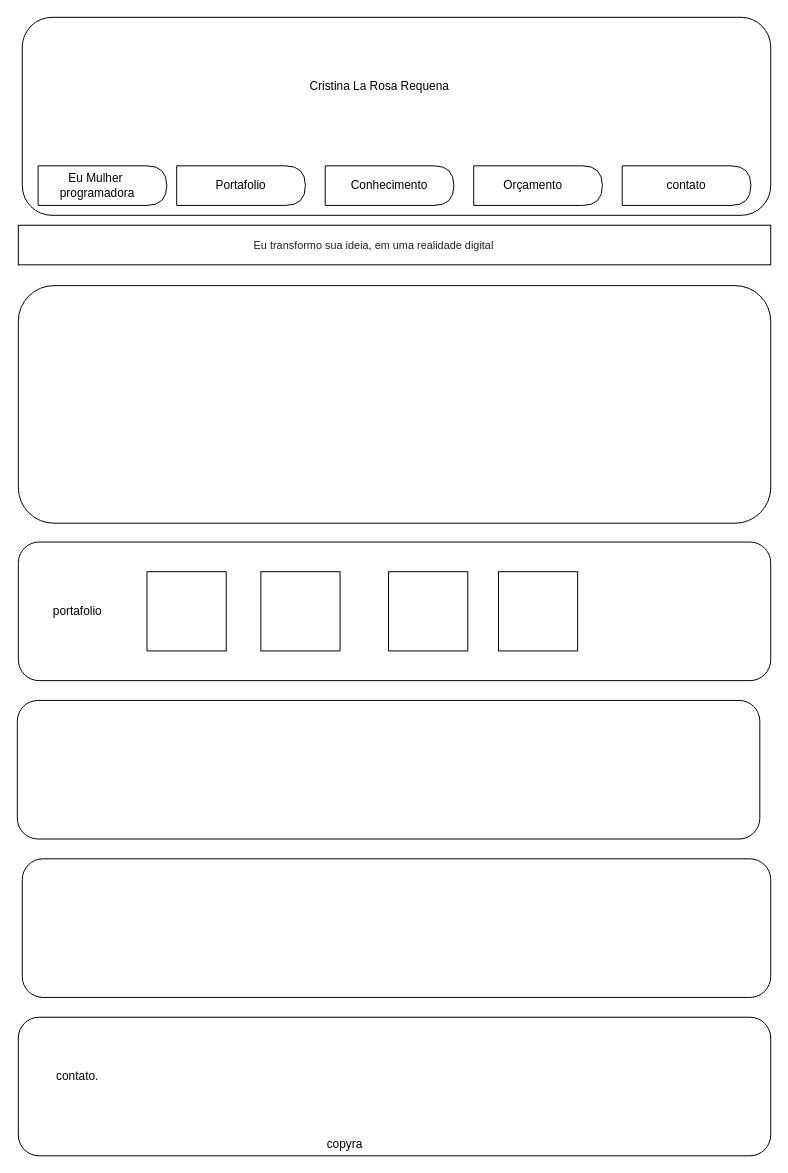
Above: Untitled Diagram.drawio in cristherose/portafolio1 (draw.io), before the change. Source tidied: cells renumbered, new cells numbered last; positions are measured from the earlier drawing's top-left corner, leaving out a move shared by most shapes. Both pictures are drawn from the tidied source at 99%, with x=0, y=0 at pixel (17, 17).
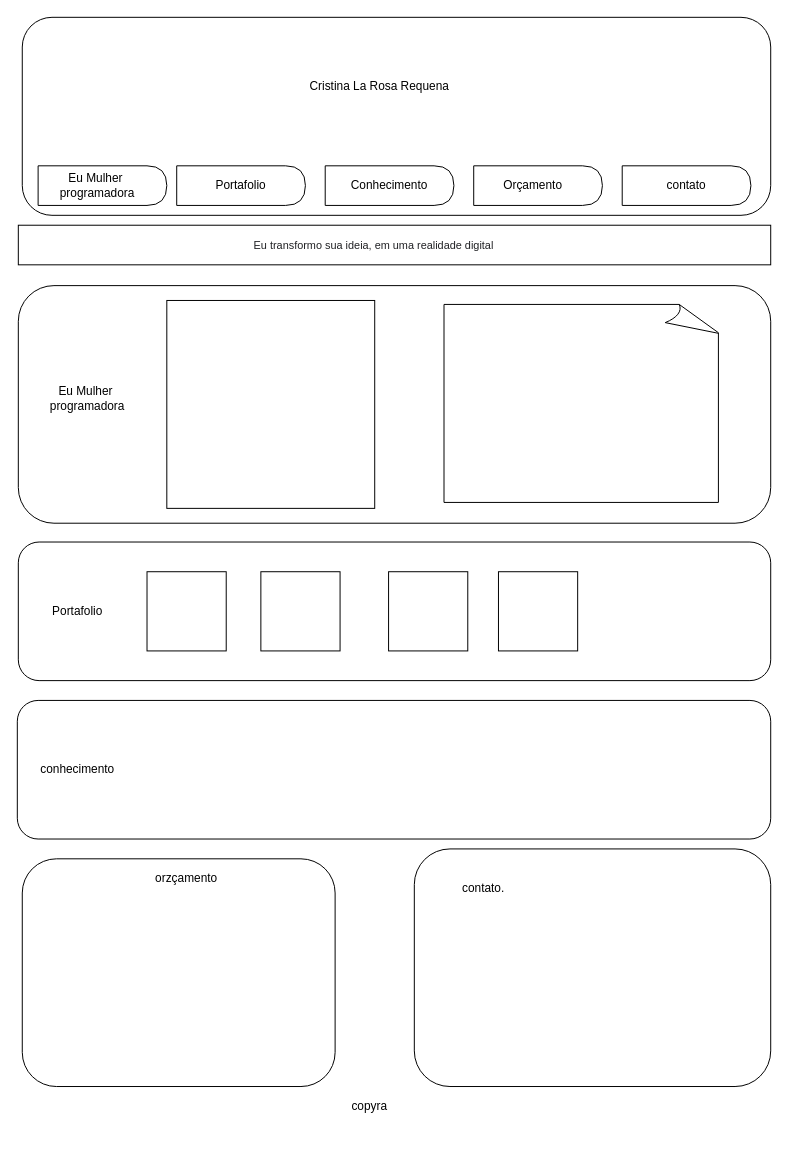
Above is the later version.

Commit message:
mudança nos detalhes

The edit, as a diff of the source:
```diff
@@
-    <mxCell id="22" value="portafolio" style="text;html=1;strokeColor=none;fillColor=none;align=center;verticalAlign=middle;whiteSpace=wrap;rounded=0;" parent="1" vertex="1">
+    <mxCell id="22" value="Portafolio" style="text;html=1;strokeColor=none;fillColor=none;align=center;verticalAlign=middle;whiteSpace=wrap;rounded=0;" parent="1" vertex="1">
       <mxGeometry x="31" y="590" width="60" height="20" as="geometry" />
     </mxCell>
     <mxCell id="23" style="rounded=1;whiteSpace=wrap;html=1;" parent="1" vertex="1">
-      <mxGeometry y="690" width="750" height="140" as="geometry" />
+      <mxGeometry y="690" width="761" height="140" as="geometry" />
     </mxCell>
     <mxCell id="24" style="rounded=1;whiteSpace=wrap;html=1;" parent="1" vertex="1">
-      <mxGeometry x="5" y="850" width="756" height="140" as="geometry" />
+      <mxGeometry x="5" y="850" width="316" height="230" as="geometry" />
     </mxCell>
     <mxCell id="25" style="rounded=1;whiteSpace=wrap;html=1;" parent="1" vertex="1">
-      <mxGeometry x="1" y="1010" width="760" height="140" as="geometry" />
+      <mxGeometry x="401" y="840" width="360" height="240" as="geometry" />
     </mxCell>
     <mxCell id="26" value="contato." style="text;html=1;strokeColor=none;fillColor=none;align=center;verticalAlign=middle;whiteSpace=wrap;rounded=0;" parent="1" vertex="1">
-      <mxGeometry x="31" y="1060" width="60" height="20" as="geometry" />
+      <mxGeometry x="441" y="870" width="60" height="20" as="geometry" />
     </mxCell>
     <mxCell id="27" value="copyra" style="text;html=1;strokeColor=none;fillColor=none;align=center;verticalAlign=middle;whiteSpace=wrap;rounded=0;" parent="1" vertex="1">
-      <mxGeometry x="276" y="1129" width="110" height="20" as="geometry" />
+      <mxGeometry x="301" y="1090" width="110" height="20" as="geometry" />
     </mxCell>
+    <mxCell id="28" value="conhecimento" style="text;html=1;strokeColor=none;fillColor=none;align=center;verticalAlign=middle;whiteSpace=wrap;rounded=0;" parent="1" vertex="1">
+      <mxGeometry x="21" y="750" width="80" height="20" as="geometry" />
+    </mxCell>
+    <mxCell id="29" value="orzçamento" style="text;html=1;strokeColor=none;fillColor=none;align=center;verticalAlign=middle;whiteSpace=wrap;rounded=0;" parent="1" vertex="1">
+      <mxGeometry x="141" y="860" width="60" height="20" as="geometry" />
+    </mxCell>
+    <mxCell id="30" value="Eu Mulher&amp;nbsp; programadora" style="text;html=1;strokeColor=none;fillColor=none;align=center;verticalAlign=middle;whiteSpace=wrap;rounded=0;" parent="1" vertex="1">
+      <mxGeometry x="21" y="370" width="100" height="30" as="geometry" />
+    </mxCell>
+    <mxCell id="31" style="whiteSpace=wrap;html=1;shape=mxgraph.basic.document;" parent="1" vertex="1">
+      <mxGeometry x="431" y="290" width="280" height="200" as="geometry" />
+    </mxCell>
+    <mxCell id="32" style="whiteSpace=wrap;html=1;" parent="1" vertex="1">
+      <mxGeometry x="151" y="286" width="210" height="210" as="geometry" />
+    </mxCell>
```
